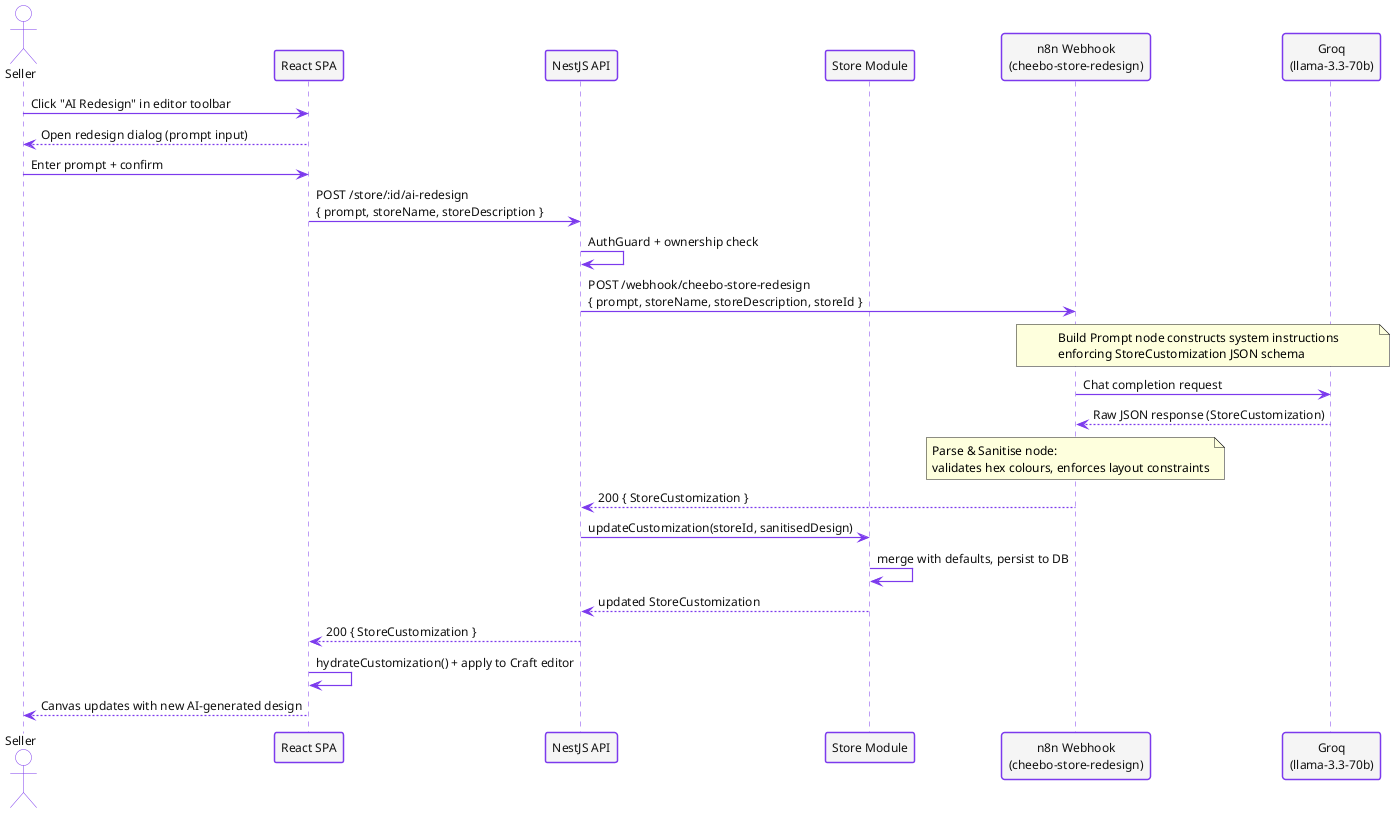
This is img/seq-ai-redesign.png from NadimJebali/NadimJebali-Pfe-rapport-V2, a PlantUML export, as it was before one commit.
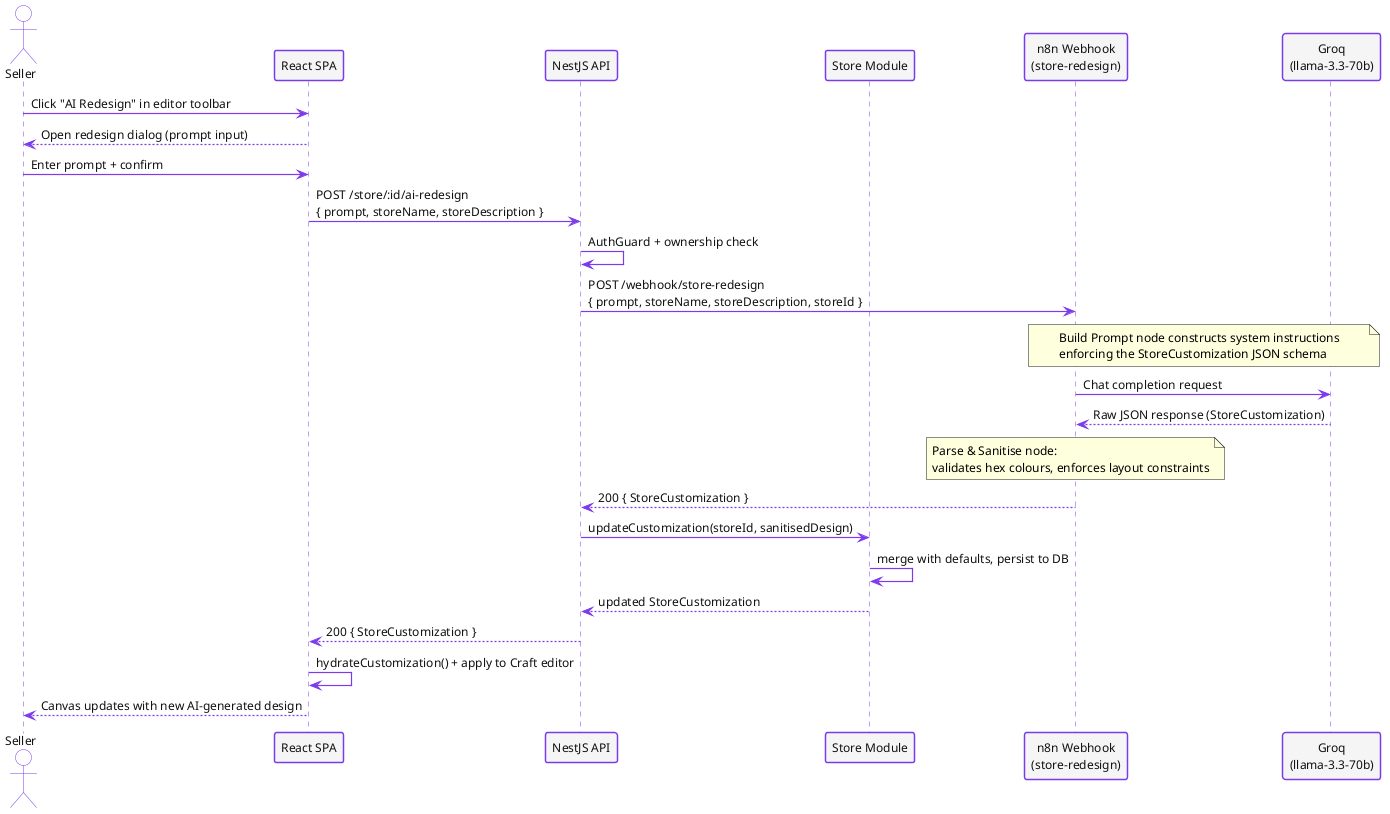
The same file after the commit.

Commit message:
feat: chapter 3 sprint 2 (store & product) and conclusion

Diff of the diagram source:
```diff
@@ -22,23 +22,23 @@
   NoteBorderColor            #7C3AED
 }
 
-actor       "Seller"                              as S
-participant "React SPA"                           as FE
-participant "NestJS API"                          as BE
-participant "Store Module"                        as SM
-participant "n8n Webhook\n(cheebo-store-redesign)" as N8N
-participant "Groq\n(llama-3.3-70b)"               as LLM
+actor       "Seller"                        as S
+participant "React SPA"                     as FE
+participant "NestJS API"                    as BE
+participant "Store Module"                  as SM
+participant "n8n Webhook\n(store-redesign)" as N8N
+participant "Groq\n(llama-3.3-70b)"         as LLM
 
 S  -> FE : Click "AI Redesign" in editor toolbar
 FE --> S : Open redesign dialog (prompt input)
 S  -> FE : Enter prompt + confirm
 FE -> BE : POST /store/:id/ai-redesign\n{ prompt, storeName, storeDescription }
 BE -> BE : AuthGuard + ownership check
-BE -> N8N : POST /webhook/cheebo-store-redesign\n{ prompt, storeName, storeDescription, storeId }
+BE -> N8N : POST /webhook/store-redesign\n{ prompt, storeName, storeDescription, storeId }
 
 note over N8N, LLM
   Build Prompt node constructs system instructions
-  enforcing StoreCustomization JSON schema
+  enforcing the StoreCustomization JSON schema
 end note
 N8N -> LLM : Chat completion request
 LLM --> N8N : Raw JSON response (StoreCustomization)
```
